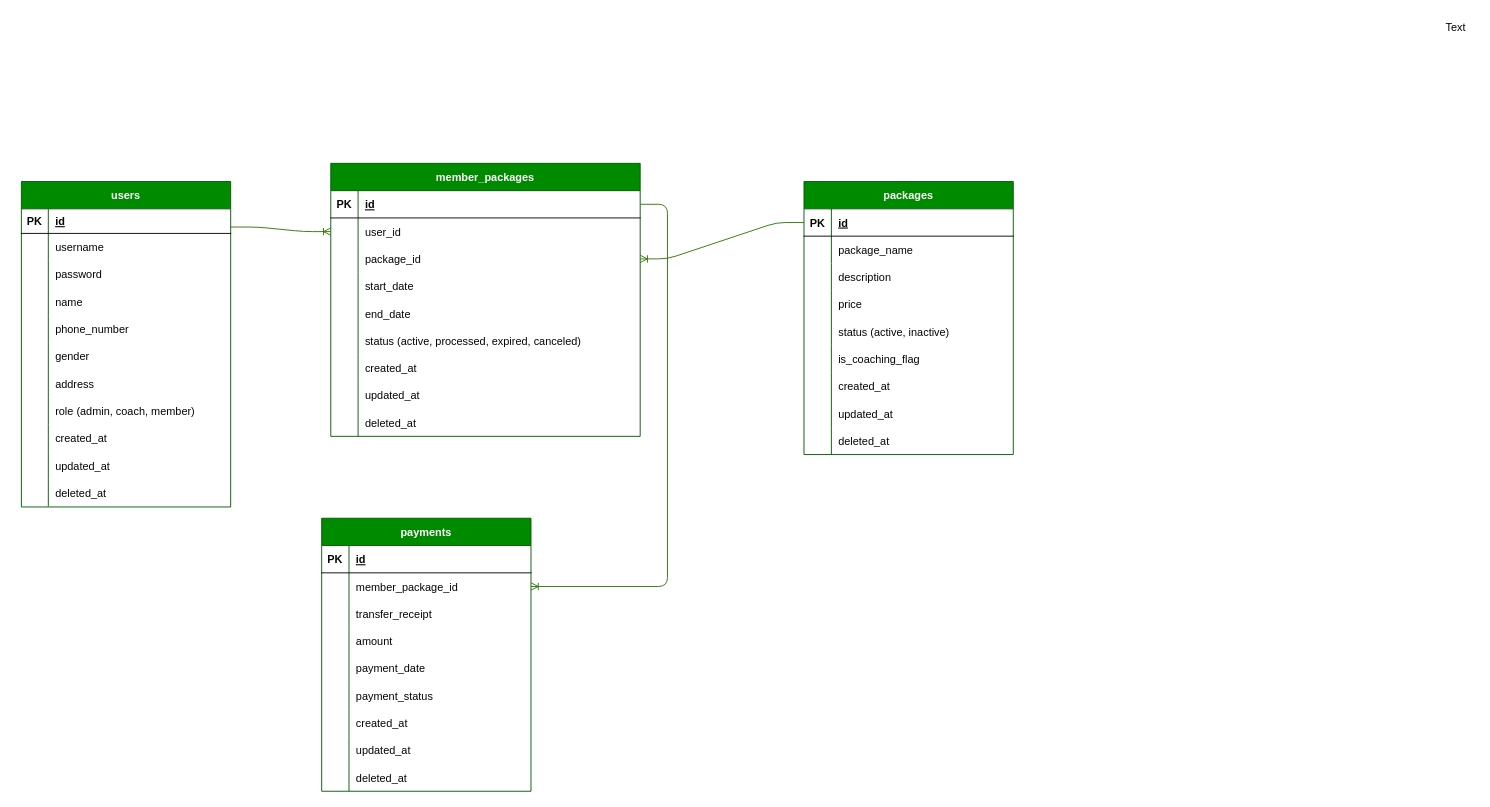
rahmatadlin/gym_app keeps this draw.io diagram as erd.drawio. Above is the earlier version. Source tidied: cells renumbered, new cells numbered last; positions are measured from the earlier drawing's top-left corner, leaving out a move shared by most shapes. Both pictures are drawn from the tidied source at 91%, with x=0, y=0 at pixel (21, 15).
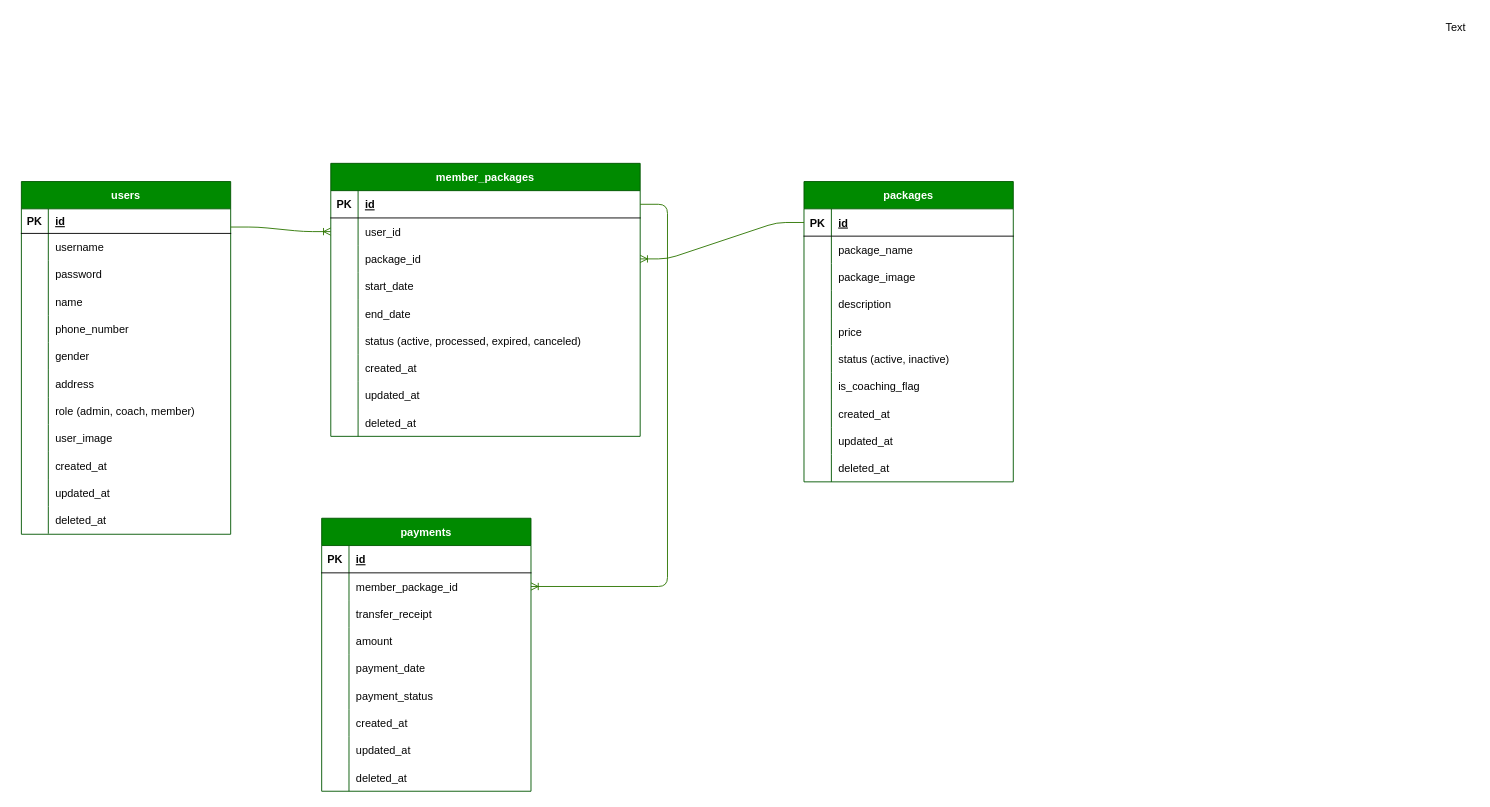
The same page after the edit.

Diff of the diagram source:
```diff
@@
     <mxCell id="2" value="users" style="shape=table;startSize=30;childLayout=tableLayout;rowLines=0;fontStyle=1;align=center;fontColor=#ffffff;fillColor=#008a00;strokeColor=#005700;swimlaneFillColor=none;gradientColor=none;" parent="1" vertex="1">
-      <mxGeometry y="182" width="230" height="357.6" as="geometry" />
+      <mxGeometry y="182" width="230" height="387.6" as="geometry" />
     </mxCell>
@@
+    <mxCell id="124" style="shape=tableRow;horizontal=0;startSize=0;swimlaneHead=0;swimlaneBody=0;fillColor=none;top=0;left=0;right=0;bottom=0;fontColor=#050505;" parent="2" vertex="1">
+      <mxGeometry y="267" width="230" height="30" as="geometry" />
+    </mxCell>
+    <mxCell id="125" style="shape=partialRectangle;fillColor=none;top=0;left=0;bottom=0;right=0;overflow=hidden;fontColor=#050505;" parent="124" vertex="1">
+      <mxGeometry width="29.6" height="30" as="geometry" />
+    </mxCell>
+    <mxCell id="126" value="user_image" style="shape=partialRectangle;fillColor=none;top=0;left=0;bottom=0;right=0;align=left;spacingLeft=6;overflow=hidden;fontColor=#050505;" parent="124" vertex="1">
+      <mxGeometry x="29.6" width="200.4" height="30" as="geometry" />
+    </mxCell>
     <mxCell id="27" style="shape=tableRow;horizontal=0;startSize=0;swimlaneHead=0;swimlaneBody=0;fillColor=none;top=0;left=0;right=0;bottom=0;fontColor=#050505;" parent="2" vertex="1">
-      <mxGeometry y="267" width="230" height="30" as="geometry" />
+      <mxGeometry y="297" width="230" height="30" as="geometry" />
     </mxCell>
@@
     <mxCell id="30" style="shape=tableRow;horizontal=0;startSize=0;swimlaneHead=0;swimlaneBody=0;fillColor=none;top=0;left=0;right=0;bottom=0;fontColor=#050505;" parent="2" vertex="1">
-      <mxGeometry y="297" width="230" height="30" as="geometry" />
+      <mxGeometry y="327" width="230" height="30" as="geometry" />
     </mxCell>
@@
     <mxCell id="33" style="shape=tableRow;horizontal=0;startSize=0;swimlaneHead=0;swimlaneBody=0;fillColor=none;top=0;left=0;right=0;bottom=0;fontColor=#050505;" parent="2" vertex="1">
-      <mxGeometry y="327" width="230" height="30" as="geometry" />
+      <mxGeometry y="357" width="230" height="30" as="geometry" />
     </mxCell>
@@
     <mxCell id="64" value="packages" style="shape=table;startSize=30;childLayout=tableLayout;rowLines=0;fontStyle=1;align=center;fontColor=#ffffff;fillColor=#008a00;strokeColor=#005700;" parent="1" vertex="1">
-      <mxGeometry x="860" y="182" width="230" height="300" as="geometry" />
+      <mxGeometry x="860" y="182" width="230" height="330" as="geometry" />
     </mxCell>
@@
+    <mxCell id="127" style="shape=tableRow;horizontal=0;startSize=0;swimlaneHead=0;swimlaneBody=0;fillColor=none;top=0;left=0;right=0;bottom=0;fontColor=#050505;" parent="64" vertex="1">
+      <mxGeometry y="90" width="230" height="30" as="geometry" />
+    </mxCell>
+    <mxCell id="128" style="shape=partialRectangle;fillColor=none;top=0;left=0;bottom=0;right=0;overflow=hidden;fontColor=#050505;" parent="127" vertex="1">
+      <mxGeometry width="30.1" height="30" as="geometry" />
+    </mxCell>
+    <mxCell id="129" value="package_image" style="shape=partialRectangle;fillColor=none;top=0;left=0;bottom=0;right=0;align=left;spacingLeft=6;overflow=hidden;fontColor=#050505;" parent="127" vertex="1">
+      <mxGeometry x="30.1" width="199.9" height="30" as="geometry" />
+    </mxCell>
     <mxCell id="71" style="shape=tableRow;horizontal=0;startSize=0;swimlaneHead=0;swimlaneBody=0;fillColor=none;top=0;left=0;right=0;bottom=0;fontColor=#050505;" parent="64" vertex="1">
-      <mxGeometry y="90" width="230" height="30" as="geometry" />
+      <mxGeometry y="120" width="230" height="30" as="geometry" />
     </mxCell>
@@
     <mxCell id="74" style="shape=tableRow;horizontal=0;startSize=0;swimlaneHead=0;swimlaneBody=0;fillColor=none;top=0;left=0;right=0;bottom=0;fontColor=#050505;" parent="64" vertex="1">
-      <mxGeometry y="120" width="230" height="30" as="geometry" />
+      <mxGeometry y="150" width="230" height="30" as="geometry" />
     </mxCell>
@@
     <mxCell id="77" style="shape=tableRow;horizontal=0;startSize=0;swimlaneHead=0;swimlaneBody=0;fillColor=none;top=0;left=0;right=0;bottom=0;fontColor=#050505;" parent="64" vertex="1">
-      <mxGeometry y="150" width="230" height="30" as="geometry" />
+      <mxGeometry y="180" width="230" height="30" as="geometry" />
     </mxCell>
@@
     <mxCell id="80" style="shape=tableRow;horizontal=0;startSize=0;swimlaneHead=0;swimlaneBody=0;fillColor=none;top=0;left=0;right=0;bottom=0;fontColor=#050505;" parent="64" vertex="1">
-      <mxGeometry y="180" width="230" height="30" as="geometry" />
+      <mxGeometry y="210" width="230" height="30" as="geometry" />
     </mxCell>
@@
     <mxCell id="83" style="shape=tableRow;horizontal=0;startSize=0;swimlaneHead=0;swimlaneBody=0;fillColor=none;top=0;left=0;right=0;bottom=0;fontColor=#050505;" parent="64" vertex="1">
-      <mxGeometry y="210" width="230" height="30" as="geometry" />
+      <mxGeometry y="240" width="230" height="30" as="geometry" />
     </mxCell>
@@
     <mxCell id="86" style="shape=tableRow;horizontal=0;startSize=0;swimlaneHead=0;swimlaneBody=0;fillColor=none;top=0;left=0;right=0;bottom=0;fontColor=#050505;" parent="64" vertex="1">
-      <mxGeometry y="240" width="230" height="30" as="geometry" />
+      <mxGeometry y="270" width="230" height="30" as="geometry" />
     </mxCell>
@@
     <mxCell id="89" style="shape=tableRow;horizontal=0;startSize=0;swimlaneHead=0;swimlaneBody=0;fillColor=none;top=0;left=0;right=0;bottom=0;fontColor=#050505;" parent="64" vertex="1">
-      <mxGeometry y="270" width="230" height="30" as="geometry" />
+      <mxGeometry y="300" width="230" height="30" as="geometry" />
     </mxCell>
```
